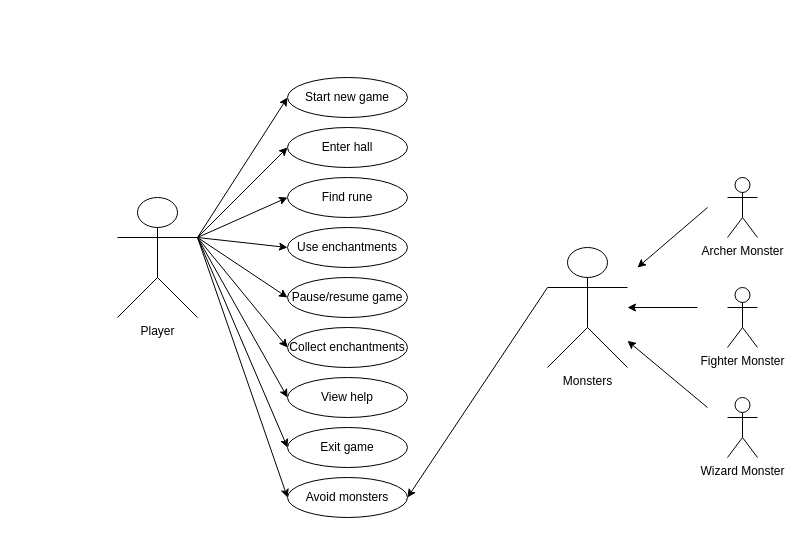
Above: uml_use_case.drawio in zeynepyorulmaz/Rogue-Like (draw.io), before the change. Source tidied: cells renumbered, new cells numbered last; positions are measured from the earlier drawing's top-left corner, leaving out a move shared by most shapes. Both pictures are drawn from the tidied source at 100%, with x=0, y=0 at pixel (117, 77).
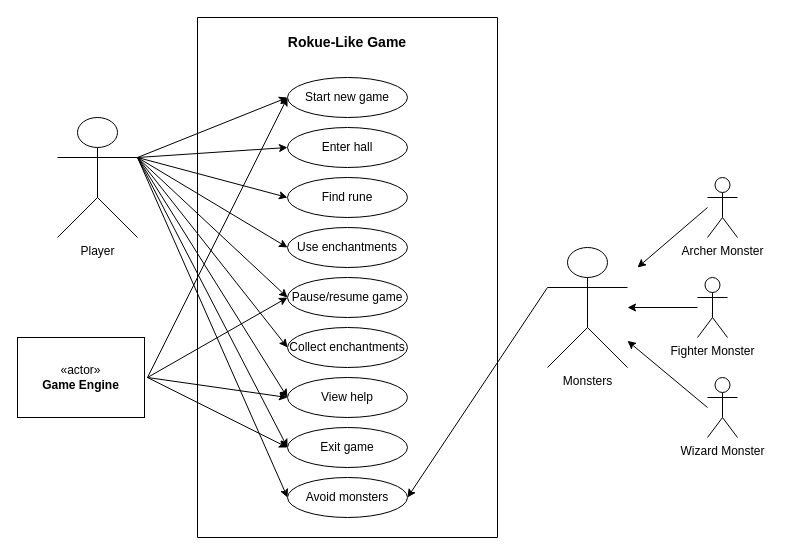
After the change.

Unchanged cells that the change refers to:
```xml
<mxCell id="3" value="Start new game" style="ellipse;whiteSpace=wrap;html=1;" parent="1" vertex="1">
  <mxGeometry x="170" width="120" height="40" as="geometry" />
</mxCell>
<mxCell id="4" value="Enter hall" style="ellipse;whiteSpace=wrap;html=1;" parent="1" vertex="1">
  <mxGeometry x="170" y="50" width="120" height="40" as="geometry" />
</mxCell>
<mxCell id="5" value="Find rune" style="ellipse;whiteSpace=wrap;html=1;" parent="1" vertex="1">
  <mxGeometry x="170" y="100" width="120" height="40" as="geometry" />
</mxCell>
<mxCell id="6" value="Use enchantments" style="ellipse;whiteSpace=wrap;html=1;" parent="1" vertex="1">
  <mxGeometry x="170" y="150" width="120" height="40" as="geometry" />
</mxCell>
<mxCell id="9" value="Exit game" style="ellipse;whiteSpace=wrap;html=1;" parent="1" vertex="1">
  <mxGeometry x="170" y="350" width="120" height="40" as="geometry" />
</mxCell>
```

What changed in the source:
```diff
@@
     <mxCell id="2" value="Player" style="shape=umlActor;verticalLabelPosition=bottom;verticalAlign=top;html=1;outlineConnect=0;" parent="1" vertex="1">
-      <mxGeometry y="120" width="80" height="120" as="geometry" />
+      <mxGeometry x="-60" y="40" width="80" height="120" as="geometry" />
     </mxCell>
@@
     <mxCell id="13" value="Archer Monster" style="shape=umlActor;verticalLabelPosition=bottom;verticalAlign=top;html=1;" parent="1" vertex="1">
-      <mxGeometry x="610" y="100" width="30" height="60" as="geometry" />
+      <mxGeometry x="590" y="100" width="30" height="60" as="geometry" />
     </mxCell>
     <mxCell id="14" value="Fighter Monster" style="shape=umlActor;verticalLabelPosition=bottom;verticalAlign=top;html=1;" parent="1" vertex="1">
-      <mxGeometry x="610" y="210" width="30" height="60" as="geometry" />
+      <mxGeometry x="580" y="200" width="30" height="60" as="geometry" />
     </mxCell>
     <mxCell id="15" value="Wizard Monster" style="shape=umlActor;verticalLabelPosition=bottom;verticalAlign=top;html=1;" parent="1" vertex="1">
-      <mxGeometry x="610" y="320" width="30" height="60" as="geometry" />
+      <mxGeometry x="590" y="300" width="30" height="60" as="geometry" />
     </mxCell>
@@
-    <mxCell id="19" style="endArrow=classic;html=1;rounded=0;entryX=0;entryY=0.5;entryDx=0;entryDy=0;exitX=1;exitY=0.3333333333333333;exitDx=0;exitDy=0;exitPerimeter=0;" parent="1" edge="1" source="2" target="3">
-      <mxGeometry relative="1" as="geometry" />
-    </mxCell>
     <mxCell id="20" style="endArrow=classic;html=1;rounded=0;entryX=0;entryY=0.5;entryDx=0;entryDy=0;" parent="1" edge="1" target="4">
       <mxGeometry relative="1" as="geometry">
-        <mxPoint x="80" y="160" as="sourcePoint" />
+        <mxPoint x="20" y="80" as="sourcePoint" />
       </mxGeometry>
     </mxCell>
     <mxCell id="21" style="endArrow=classic;html=1;rounded=0;entryX=0;entryY=0.5;entryDx=0;entryDy=0;" parent="1" edge="1" target="5">
       <mxGeometry relative="1" as="geometry">
-        <mxPoint x="80" y="160" as="sourcePoint" />
+        <mxPoint x="20" y="80" as="sourcePoint" />
       </mxGeometry>
     </mxCell>
     <mxCell id="22" style="endArrow=classic;html=1;rounded=0;entryX=0;entryY=0.5;entryDx=0;entryDy=0;" parent="1" edge="1" target="6">
       <mxGeometry relative="1" as="geometry">
-        <mxPoint x="80" y="160" as="sourcePoint" />
+        <mxPoint x="20" y="80" as="sourcePoint" />
       </mxGeometry>
     </mxCell>
@@
     <mxCell id="26" style="endArrow=classic;html=1;rounded=0;entryX=0;entryY=0.5;entryDx=0;entryDy=0;" parent="1" edge="1" target="9">
       <mxGeometry relative="1" as="geometry">
-        <mxPoint x="80" y="160" as="sourcePoint" />
+        <mxPoint x="20" y="80" as="sourcePoint" />
       </mxGeometry>
     </mxCell>
@@
+    <mxCell id="29" value="«actor»&lt;br&gt;&lt;b&gt;Game Engine&lt;/b&gt;" style="html=1;whiteSpace=wrap;" parent="1" vertex="1">
+      <mxGeometry x="-100" y="260" width="127" height="80" as="geometry" />
+    </mxCell>
+    <mxCell id="30" style="endArrow=classic;html=1;rounded=0;entryX=0;entryY=0.5;entryDx=0;entryDy=0;exitX=1;exitY=0.3333333333333333;exitDx=0;exitDy=0;exitPerimeter=0;" parent="1" edge="1" target="3">
+      <mxGeometry relative="1" as="geometry">
+        <mxPoint x="30" y="300" as="sourcePoint" />
+      </mxGeometry>
+    </mxCell>
+    <mxCell id="31" style="endArrow=classic;html=1;rounded=0;exitX=1;exitY=0.3333333333333333;exitDx=0;exitDy=0;exitPerimeter=0;" parent="1" edge="1">
+      <mxGeometry relative="1" as="geometry">
+        <mxPoint x="30" y="300" as="sourcePoint" />
+        <mxPoint x="170" y="220" as="targetPoint" />
+      </mxGeometry>
+    </mxCell>
+    <mxCell id="32" style="endArrow=classic;html=1;rounded=0;exitX=1;exitY=0.3333333333333333;exitDx=0;exitDy=0;exitPerimeter=0;" parent="1" edge="1">
+      <mxGeometry relative="1" as="geometry">
+        <mxPoint x="30" y="300" as="sourcePoint" />
+        <mxPoint x="170" y="320" as="targetPoint" />
+      </mxGeometry>
+    </mxCell>
+    <mxCell id="33" style="endArrow=classic;html=1;rounded=0;exitX=1;exitY=0.3333333333333333;exitDx=0;exitDy=0;exitPerimeter=0;" parent="1" edge="1">
+      <mxGeometry relative="1" as="geometry">
+        <mxPoint x="30" y="300" as="sourcePoint" />
+        <mxPoint x="170" y="370" as="targetPoint" />
+      </mxGeometry>
+    </mxCell>
+    <mxCell id="34" style="swimlane;startSize=0;" parent="1" vertex="1">
+      <mxGeometry x="80" y="-60" width="300" height="520" as="geometry" />
+    </mxCell>
+    <mxCell id="35" value="&lt;font style=&quot;font-size: 14px;&quot;&gt;&lt;b&gt;Rokue-Like Game&lt;/b&gt;&lt;/font&gt;" style="text;html=1;align=center;verticalAlign=middle;whiteSpace=wrap;rounded=0;" parent="34" vertex="1">
+      <mxGeometry x="80" y="10" width="140" height="30" as="geometry" />
+    </mxCell>
+    <mxCell id="19" style="endArrow=classic;html=1;rounded=0;entryX=0;entryY=0.5;entryDx=0;entryDy=0;exitX=1;exitY=0.3333333333333333;exitDx=0;exitDy=0;exitPerimeter=0;" parent="34" edge="1" source="2" target="3">
+      <mxGeometry relative="1" as="geometry" />
+    </mxCell>
```
